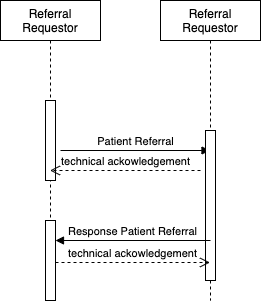
Earlier version of the draw.io export input/images/framework/Patient Referral plus Response Patient Referral Sequence Diagram.png (project-wildfyre/careconnect-messaging-r4). Source tidied: cells renumbered, new cells last; positions are measured from the earlier drawing's top-left corner, leaving out a move shared by most shapes.
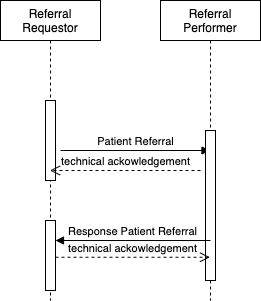
The same file after the commit.

The edit, as a diff of the source:
```diff
@@ -14,9 +14,9 @@
       </mxGeometry>
     </mxCell>
     <mxCell id="5" style="html=1;points=[];perimeter=orthogonalPerimeter;" parent="2" vertex="1">
-      <mxGeometry x="45" y="220" width="10" height="80" as="geometry" />
+      <mxGeometry x="45" y="220" width="10" height="70" as="geometry" />
     </mxCell>
-    <mxCell id="6" value="Referral Requestor" style="shape=umlLifeline;perimeter=lifelinePerimeter;whiteSpace=wrap;html=1;outlineConnect=0;" parent="1" vertex="1">
+    <mxCell id="6" value="Referral Performer" style="shape=umlLifeline;perimeter=lifelinePerimeter;whiteSpace=wrap;html=1;outlineConnect=0;" parent="1" vertex="1">
       <mxGeometry x="160" width="100" height="300" as="geometry" />
     </mxCell>
     <mxCell id="7" style="html=1;perimeter=orthogonalPerimeter;" parent="6" vertex="1">
```
